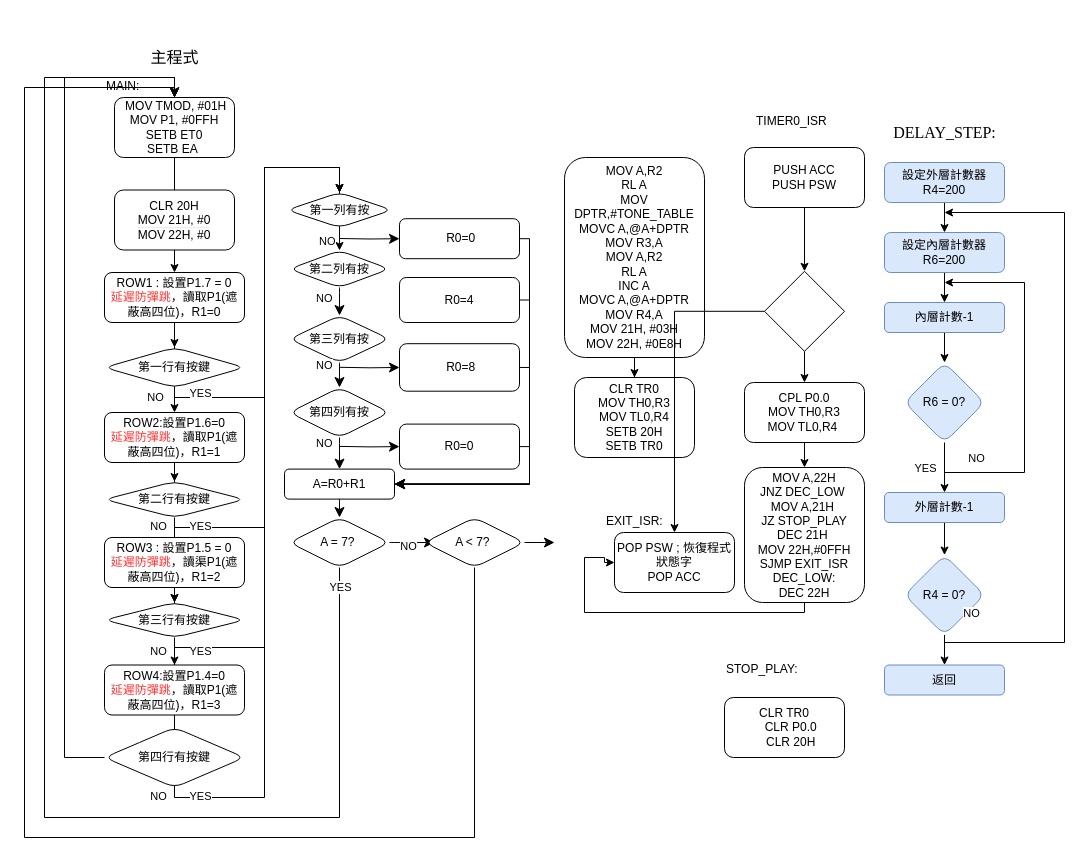
piting1104/se2 keeps this draw.io diagram as page "第 10 页" (10 of 10) of 未命名绘图.drawio. Above is the earlier version. Source tidied: cells renumbered, new cells numbered last; positions are measured from the earlier drawing's top-left corner, leaving out a move shared by most shapes. Both pictures are drawn from the tidied source at 100%, with x=0, y=0 at pixel (24, 42).
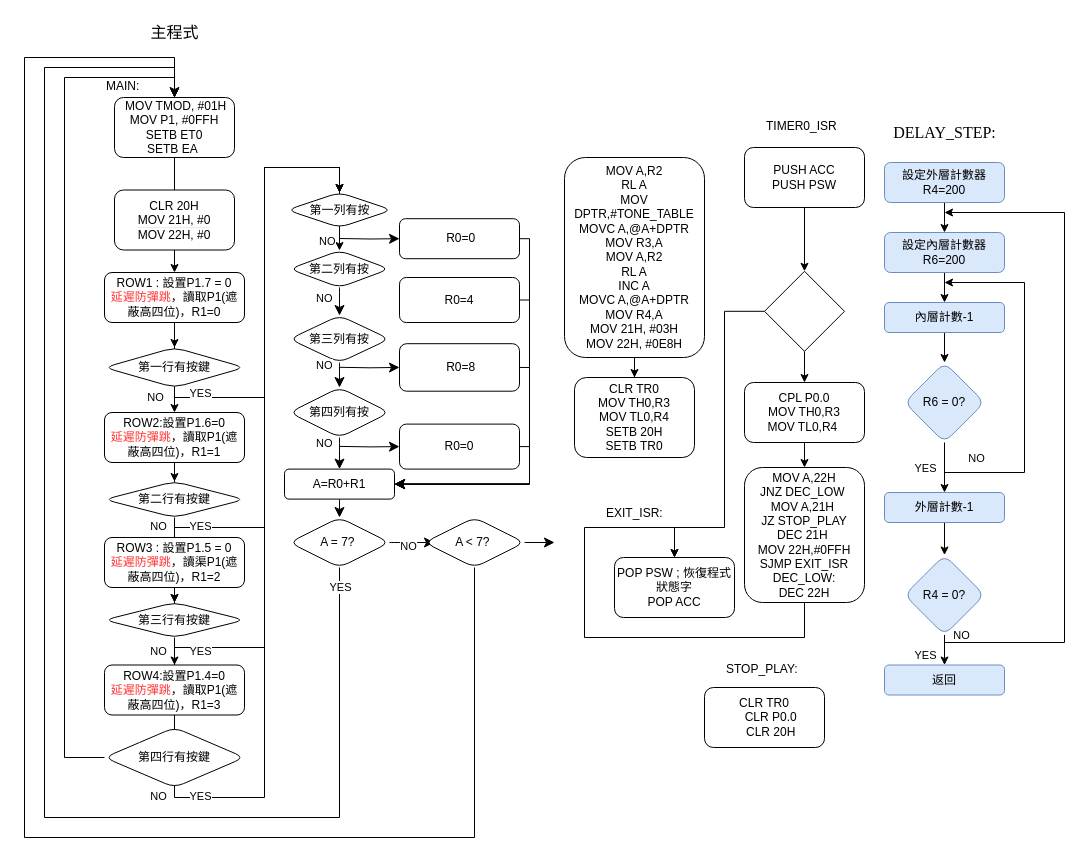
The same page after the edit.

Commit message:
更新未命名绘图.drawio

Unchanged cells that the change refers to:
```xml
<mxCell id="69" value="A = 7?&amp;nbsp;" style="rhombus;whiteSpace=wrap;html=1;rounded=1;" parent="1" vertex="1">
  <mxGeometry x="265" y="475" width="100" height="50" as="geometry" />
</mxCell>
<mxCell id="78" value="&amp;nbsp;MOV TMOD, #01H&lt;div&gt;&lt;span style=&quot;background-color: transparent; color: light-dark(rgb(0, 0, 0), rgb(255, 255, 255));&quot;&gt;MOV P1, #0FFH&lt;/span&gt;&lt;div&gt;SETB ET0&lt;br&gt;SETB EA&amp;nbsp;&lt;/div&gt;&lt;/div&gt;" style="rounded=1;whiteSpace=wrap;html=1;" parent="1" vertex="1">
  <mxGeometry x="90" y="55" width="120" height="60" as="geometry" />
</mxCell>
<mxCell id="83" value="A &amp;lt; 7?&amp;nbsp;" style="rhombus;whiteSpace=wrap;html=1;rounded=1;" parent="1" vertex="1">
  <mxGeometry x="400" y="475" width="100" height="50" as="geometry" />
</mxCell>
<mxCell id="90" style="rhombus;whiteSpace=wrap;html=1;" parent="1" vertex="1">
  <mxGeometry x="740" y="228.8" width="80" height="80" as="geometry" />
</mxCell>
<mxCell id="98" value="&lt;br&gt;&lt;span&gt;&lt;span&gt;MOV A,22H&lt;br&gt;&lt;/span&gt;&lt;/span&gt;&lt;span&gt;JNZ DEC_LOW&amp;nbsp;&lt;br&gt;&lt;/span&gt;&lt;span&gt;MOV A,21H&amp;nbsp;&lt;br&gt;&lt;/span&gt;&lt;span&gt;JZ STOP_PLAY&lt;br&gt;&lt;/span&gt;&lt;span&gt;DEC 21H&amp;nbsp;&lt;br&gt;&lt;/span&gt;&lt;span&gt;MOV 22H,#0FFH&lt;br&gt;&lt;/span&gt;&lt;span&gt;SJMP EXIT_ISR&lt;/span&gt;&lt;span&gt;&lt;br&gt;&lt;/span&gt;&lt;span&gt;DEC_LOW:&lt;br&gt;&lt;/span&gt;&lt;span&gt;DEC 22H&lt;/span&gt;&lt;div&gt;&lt;br/&gt;&lt;/div&gt;" style="whiteSpace=wrap;html=1;rounded=1;" parent="1" vertex="1">
  <mxGeometry x="720" y="425" width="120" height="135" as="geometry" />
</mxCell>
```

Change to the diagram source:
```diff
@@
     <mxCell id="32" value="&lt;font&gt;主程式&lt;/font&gt;" style="text;html=1;align=center;verticalAlign=middle;strokeColor=none;fillColor=none;strokeWidth=3;fontSize=16;" parent="1" vertex="1">
-      <mxGeometry x="115" width="70" height="30" as="geometry" />
+      <mxGeometry x="115" y="-25" width="70" height="30" as="geometry" />
     </mxCell>
@@
     <mxCell id="50" value="NO" style="edgeLabel;html=1;align=center;verticalAlign=middle;" parent="1" vertex="1">
-      <mxGeometry x="920" y="600" as="geometry">
+      <mxGeometry x="910" y="622.5" as="geometry">
         <mxPoint x="26" y="-30" as="offset" />
       </mxGeometry>
     </mxCell>
@@
     <mxCell id="71" style="endArrow=classic;html=1;rounded=0;fontSize=12;startSize=8;endSize=8;exitX=0.5;exitY=1;exitDx=0;exitDy=0;entryX=0.5;entryY=0;entryDx=0;entryDy=0;edgeStyle=orthogonalEdgeStyle;" parent="1" edge="1" source="69" target="78">
       <mxGeometry relative="1" as="geometry">
         <Array as="points">
           <mxPoint x="315" y="775" />
           <mxPoint x="20" y="775" />
-          <mxPoint x="20" y="35" />
-          <mxPoint x="150" y="35" />
+          <mxPoint x="20" y="25" />
+          <mxPoint x="150" y="25" />
         </Array>
       </mxGeometry>
     </mxCell>
@@
     <mxCell id="84" style="endArrow=classic;html=1;rounded=0;exitX=0.5;exitY=1;exitDx=0;exitDy=0;entryX=0.5;entryY=0;entryDx=0;entryDy=0;edgeStyle=orthogonalEdgeStyle;" parent="1" edge="1" source="83" target="78">
       <mxGeometry relative="1" as="geometry">
         <Array as="points">
           <mxPoint x="450" y="795" />
           <mxPoint y="795" />
-          <mxPoint y="45" />
-          <mxPoint x="150" y="45" />
+          <mxPoint y="15" />
+          <mxPoint x="150" y="15" />
         </Array>
       </mxGeometry>
     </mxCell>
@@
     <mxCell id="94" value="EXIT_ISR:" style="text;whiteSpace=wrap;html=1;" parent="1" vertex="1">
-      <mxGeometry x="580" y="465" width="60" height="15" as="geometry" />
+      <mxGeometry x="580" y="456.6" width="60" height="15" as="geometry" />
     </mxCell>
     <mxCell id="95" value="&lt;span&gt;POP PSW             ; 恢復程式狀態字&lt;br&gt;&lt;/span&gt;&lt;span&gt;POP ACC&lt;/span&gt;" style="rounded=1;whiteSpace=wrap;html=1;" parent="1" vertex="1">
-      <mxGeometry x="590" y="490" width="120" height="60" as="geometry" />
+      <mxGeometry x="590" y="515" width="120" height="60" as="geometry" />
     </mxCell>
     <mxCell id="96" style="endArrow=classic;html=1;rounded=0;exitX=0;exitY=0.5;exitDx=0;exitDy=0;entryX=0.5;entryY=0;entryDx=0;entryDy=0;edgeStyle=orthogonalEdgeStyle;" parent="1" edge="1" source="90" target="95">
-      <mxGeometry relative="1" as="geometry" />
+      <mxGeometry relative="1" as="geometry">
+        <Array as="points">
+          <mxPoint x="700" y="269" />
+          <mxPoint x="700" y="485" />
+          <mxPoint x="650" y="485" />
+        </Array>
+      </mxGeometry>
     </mxCell>
     <mxCell id="97" value="TIMER0_ISR" style="text;whiteSpace=wrap;html=1;" parent="1" vertex="1">
-      <mxGeometry x="730" y="65" width="100" height="40" as="geometry" />
+      <mxGeometry x="740" y="70" width="100" height="40" as="geometry" />
     </mxCell>
@@
-    <mxCell id="99" style="endArrow=classic;html=1;rounded=0;exitX=0.5;exitY=1;exitDx=0;exitDy=0;entryX=0;entryY=0.5;entryDx=0;entryDy=0;edgeStyle=orthogonalEdgeStyle;" parent="1" edge="1" source="98" target="95">
+    <mxCell id="99" style="endArrow=classic;html=1;rounded=0;exitX=0.5;exitY=1;exitDx=0;exitDy=0;entryX=0.5;entryY=0;entryDx=0;entryDy=0;edgeStyle=orthogonalEdgeStyle;" parent="1" edge="1" source="98" target="95">
       <mxGeometry relative="1" as="geometry">
         <Array as="points">
-          <mxPoint x="780" y="570" />
-          <mxPoint x="560" y="570" />
-          <mxPoint x="560" y="515" />
-          <mxPoint x="580" y="515" />
-          <mxPoint x="580" y="520" />
+          <mxPoint x="780" y="595" />
+          <mxPoint x="560" y="595" />
+          <mxPoint x="560" y="485" />
+          <mxPoint x="650" y="485" />
         </Array>
       </mxGeometry>
     </mxCell>
@@
     <mxCell id="101" value="CLR TR0&#10;    CLR P0.0&#10;    CLR 20H" style="rounded=1;whiteSpace=wrap;html=1;" parent="1" vertex="1">
-      <mxGeometry x="700" y="655" width="120" height="60" as="geometry" />
+      <mxGeometry x="680" y="645" width="120" height="60" as="geometry" />
     </mxCell>
+    <mxCell id="102" value="YES" style="edgeLabel;html=1;align=center;verticalAlign=middle;" parent="1" vertex="1">
+      <mxGeometry x="900" y="612.5" as="geometry" />
+    </mxCell>
```
